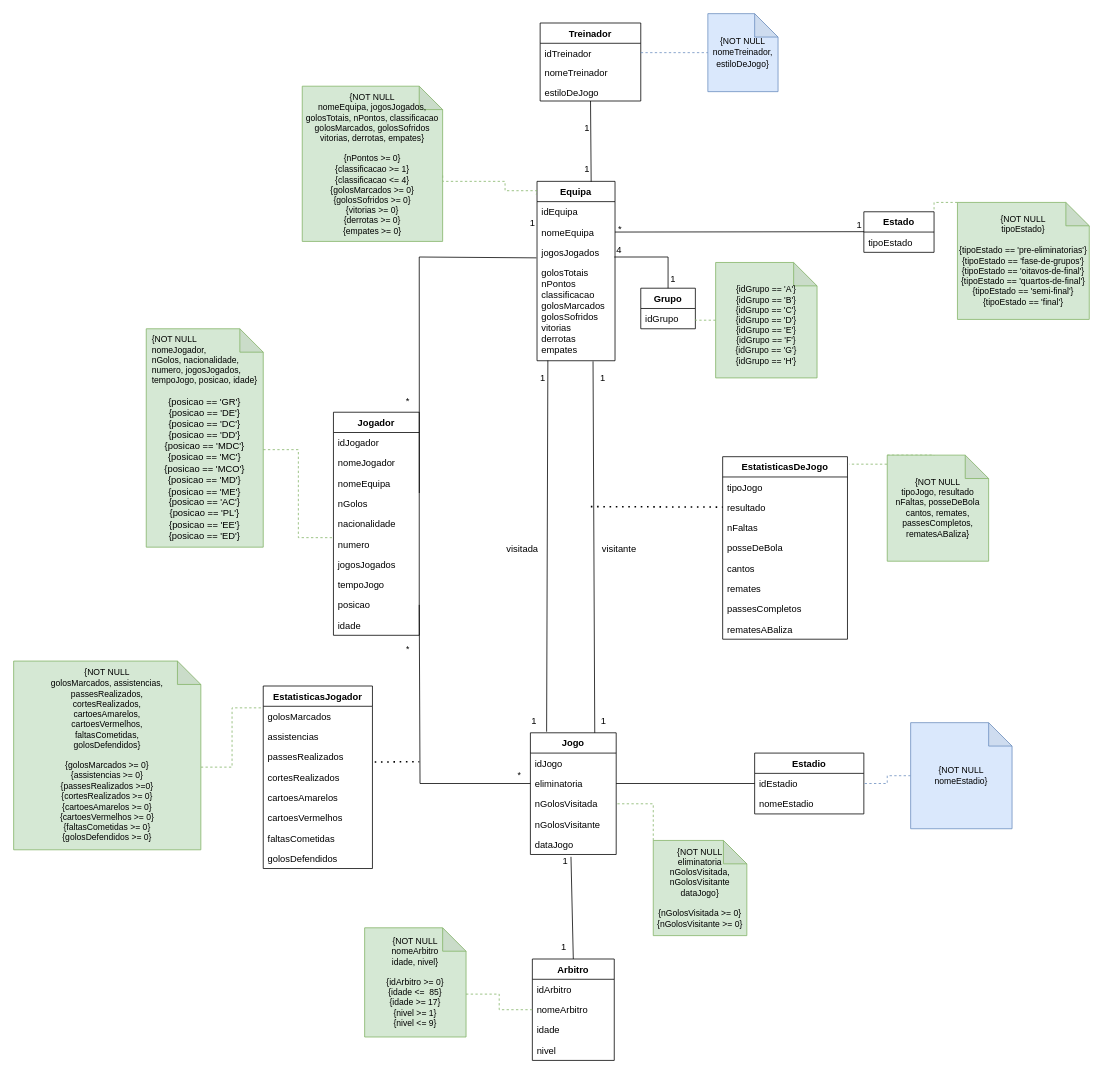
Earlier version of the draw.io diagram diagramaBixo.drawio (dratomitoma/BD). Source tidied: cells renumbered, new cells numbered last; positions are measured from the earlier drawing's top-left corner, leaving out a move shared by most shapes. Both pictures are drawn from the tidied source at 78%, with x=0, y=0 at pixel (13, 13).
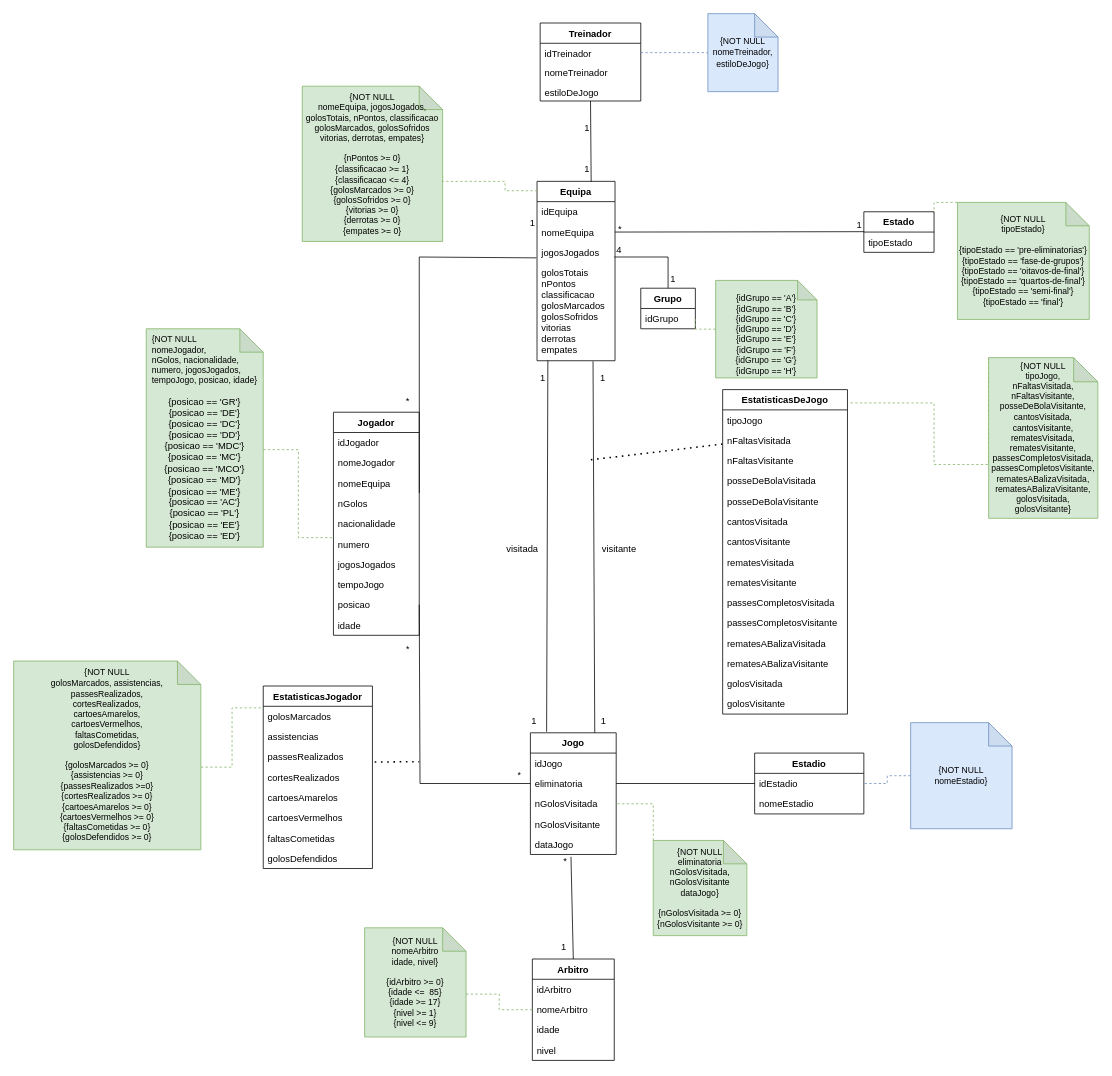
The same page after the edit.

Diff of the diagram source:
```diff
@@
     <mxCell id="44" value="EstatisticasDeJogo" style="swimlane;fontStyle=1;align=center;verticalAlign=top;horizontal=1;startSize=26;" parent="1" vertex="1">
-      <mxGeometry x="909" y="568" width="160" height="234" as="geometry" />
+      <mxGeometry x="909" y="482" width="160" height="416" as="geometry" />
     </mxCell>
@@
-    <mxCell id="46" value="resultado" style="text;strokeColor=none;fillColor=none;align=left;verticalAlign=top;spacingLeft=4;spacingRight=4;overflow=hidden;points=[[0,0.5],[1,0.5]];portConstraint=eastwest;" parent="44" vertex="1">
+    <mxCell id="46" value="nFaltasVisitada" style="text;strokeColor=none;fillColor=none;align=left;verticalAlign=top;spacingLeft=4;spacingRight=4;overflow=hidden;points=[[0,0.5],[1,0.5]];portConstraint=eastwest;" parent="44" vertex="1">
       <mxGeometry y="52" width="160" height="26" as="geometry" />
     </mxCell>
-    <mxCell id="47" value="nFaltas" style="text;strokeColor=none;fillColor=none;align=left;verticalAlign=top;spacingLeft=4;spacingRight=4;overflow=hidden;" parent="44" vertex="1">
+    <mxCell id="47" value="nFaltasVisitante" style="text;strokeColor=none;fillColor=none;align=left;verticalAlign=top;spacingLeft=4;spacingRight=4;overflow=hidden;" parent="44" vertex="1">
       <mxGeometry y="78" width="160" height="26" as="geometry" />
     </mxCell>
-    <mxCell id="48" value="posseDeBola" style="text;strokeColor=none;fillColor=none;align=left;verticalAlign=top;spacingLeft=4;spacingRight=4;overflow=hidden;" parent="44" vertex="1">
+    <mxCell id="48" value="posseDeBolaVisitada&#10;" style="text;strokeColor=none;fillColor=none;align=left;verticalAlign=top;spacingLeft=4;spacingRight=4;overflow=hidden;" parent="44" vertex="1">
       <mxGeometry y="104" width="160" height="26" as="geometry" />
     </mxCell>
+    <mxCell id="107" value="posseDeBolaVisitante&#10;" style="text;strokeColor=none;fillColor=none;align=left;verticalAlign=top;spacingLeft=4;spacingRight=4;overflow=hidden;" parent="44" vertex="1">
+      <mxGeometry y="130" width="160" height="26" as="geometry" />
+    </mxCell>
-    <mxCell id="49" value="cantos" style="text;strokeColor=none;fillColor=none;align=left;verticalAlign=top;spacingLeft=4;spacingRight=4;overflow=hidden;" parent="44" vertex="1">
-      <mxGeometry y="130" width="160" height="26" as="geometry" />
+    <mxCell id="49" value="cantosVisitada&#10;" style="text;strokeColor=none;fillColor=none;align=left;verticalAlign=top;spacingLeft=4;spacingRight=4;overflow=hidden;" parent="44" vertex="1">
+      <mxGeometry y="156" width="160" height="26" as="geometry" />
     </mxCell>
+    <mxCell id="108" value="cantosVisitante&#10;" style="text;strokeColor=none;fillColor=none;align=left;verticalAlign=top;spacingLeft=4;spacingRight=4;overflow=hidden;" parent="44" vertex="1">
+      <mxGeometry y="182" width="160" height="26" as="geometry" />
+    </mxCell>
-    <mxCell id="50" value="remates" style="text;strokeColor=none;fillColor=none;align=left;verticalAlign=top;spacingLeft=4;spacingRight=4;overflow=hidden;" parent="44" vertex="1">
-      <mxGeometry y="156" width="160" height="26" as="geometry" />
+    <mxCell id="50" value="rematesVisitada" style="text;strokeColor=none;fillColor=none;align=left;verticalAlign=top;spacingLeft=4;spacingRight=4;overflow=hidden;" parent="44" vertex="1">
+      <mxGeometry y="208" width="160" height="26" as="geometry" />
     </mxCell>
+    <mxCell id="109" value="rematesVisitante&#10;" style="text;strokeColor=none;fillColor=none;align=left;verticalAlign=top;spacingLeft=4;spacingRight=4;overflow=hidden;" parent="44" vertex="1">
+      <mxGeometry y="234" width="160" height="26" as="geometry" />
+    </mxCell>
-    <mxCell id="51" value="passesCompletos" style="text;strokeColor=none;fillColor=none;align=left;verticalAlign=top;spacingLeft=4;spacingRight=4;overflow=hidden;" parent="44" vertex="1">
-      <mxGeometry y="182" width="160" height="26" as="geometry" />
+    <mxCell id="51" value="passesCompletosVisitada" style="text;strokeColor=none;fillColor=none;align=left;verticalAlign=top;spacingLeft=4;spacingRight=4;overflow=hidden;" parent="44" vertex="1">
+      <mxGeometry y="260" width="160" height="26" as="geometry" />
     </mxCell>
+    <mxCell id="110" value="passesCompletosVisitante&#10;" style="text;strokeColor=none;fillColor=none;align=left;verticalAlign=top;spacingLeft=4;spacingRight=4;overflow=hidden;" parent="44" vertex="1">
+      <mxGeometry y="286" width="160" height="26" as="geometry" />
+    </mxCell>
-    <mxCell id="52" value="rematesABaliza" style="text;strokeColor=none;fillColor=none;align=left;verticalAlign=top;spacingLeft=4;spacingRight=4;overflow=hidden;" parent="44" vertex="1">
-      <mxGeometry y="208" width="160" height="26" as="geometry" />
+    <mxCell id="52" value="rematesABalizaVisitada" style="text;strokeColor=none;fillColor=none;align=left;verticalAlign=top;spacingLeft=4;spacingRight=4;overflow=hidden;" parent="44" vertex="1">
+      <mxGeometry y="312" width="160" height="26" as="geometry" />
     </mxCell>
+    <mxCell id="111" value="rematesABalizaVisitante" style="text;strokeColor=none;fillColor=none;align=left;verticalAlign=top;spacingLeft=4;spacingRight=4;overflow=hidden;" parent="44" vertex="1">
+      <mxGeometry y="338" width="160" height="26" as="geometry" />
+    </mxCell>
+    <mxCell id="112" value="golosVisitada" style="text;strokeColor=none;fillColor=none;align=left;verticalAlign=top;spacingLeft=4;spacingRight=4;overflow=hidden;" parent="44" vertex="1">
+      <mxGeometry y="364" width="160" height="26" as="geometry" />
+    </mxCell>
+    <mxCell id="113" value="golosVisitante" style="text;strokeColor=none;fillColor=none;align=left;verticalAlign=top;spacingLeft=4;spacingRight=4;overflow=hidden;" parent="44" vertex="1">
+      <mxGeometry y="390" width="160" height="26" as="geometry" />
+    </mxCell>
-    <mxCell id="53" style="endArrow=none;dashed=1;html=1;dashPattern=1 3;strokeWidth=2;rounded=0;" parent="1" edge="1" target="46">
+    <mxCell id="53" style="endArrow=none;dashed=1;html=1;dashPattern=1 3;strokeWidth=2;rounded=0;entryX=-0.004;entryY=0.689;entryDx=0;entryDy=0;entryPerimeter=0;" parent="1" edge="1" target="46">
       <mxGeometry relative="1" as="geometry">
-        <mxPoint x="740" y="632" as="sourcePoint" />
+        <mxPoint x="740" y="572" as="sourcePoint" />
       </mxGeometry>
     </mxCell>
@@
-    <mxCell id="75" value="&lt;br&gt;{idGrupo == 'A'}&lt;br&gt;{idGrupo == 'B'}&lt;br&gt;{idGrupo == 'C'}&lt;br&gt;{idGrupo == 'D'}&lt;br&gt;{idGrupo == 'E'}&lt;br&gt;{idGrupo == 'F'}&lt;br&gt;{idGrupo == 'G'}&lt;br&gt;{idGrupo == 'H'}" style="shape=note;whiteSpace=wrap;html=1;backgroundOutline=1;darkOpacity=0.05;fontSize=11;fillColor=#d5e8d4;strokeColor=#82b366;" parent="1" vertex="1">
-      <mxGeometry x="900" y="319" width="130" height="148" as="geometry" />
+    <mxCell id="75" value="&lt;br&gt;{idGrupo == 'A'}&lt;br&gt;{idGrupo == 'B'}&lt;br&gt;{idGrupo == 'C'}&lt;br&gt;{idGrupo == 'D'}&lt;br&gt;{idGrupo == 'E'}&lt;br&gt;{idGrupo == 'F'}&lt;br&gt;{idGrupo == 'G'}&lt;br&gt;{idGrupo == 'H'}" style="shape=note;whiteSpace=wrap;html=1;backgroundOutline=1;darkOpacity=0.05;fontSize=11;fillColor=#d5e8d4;strokeColor=#82b366;size=25;" parent="1" vertex="1">
+      <mxGeometry x="900" y="342" width="130" height="125" as="geometry" />
     </mxCell>
@@
-    <mxCell id="79" value="{NOT NULL&lt;br&gt;tipoJogo, resultado&lt;br&gt;nFaltas, posseDeBola&lt;br&gt;cantos, remates,&lt;br&gt;passesCompletos,&lt;br&gt;rematesABaliza}" style="shape=note;whiteSpace=wrap;html=1;backgroundOutline=1;darkOpacity=0.05;fontSize=11;fillColor=#d5e8d4;strokeColor=#82b366;" parent="1" vertex="1">
-      <mxGeometry x="1120" y="566" width="130" height="136" as="geometry" />
+    <mxCell id="79" value="{NOT NULL&lt;br&gt;tipoJogo,&lt;br&gt;&lt;div&gt;nFaltasVisitada,&lt;/div&gt;&lt;div&gt;nFaltasVisitante,&lt;/div&gt;&lt;div&gt;posseDeBolaVisitante,&lt;/div&gt;&lt;div&gt;cantosVisitada,&lt;/div&gt;&lt;div&gt;cantosVisitante, &lt;br&gt;&lt;/div&gt;&lt;div&gt;rematesVisitada,&lt;/div&gt;&lt;div&gt;rematesVisitante,&lt;br&gt;&lt;/div&gt;&lt;div&gt;passesCompletosVisitada,&lt;/div&gt;&lt;div&gt;passesCompletosVisitante,&lt;/div&gt;&lt;div&gt;rematesABalizaVisitada,&lt;/div&gt;&lt;div&gt;rematesABalizaVisitante,&lt;/div&gt;&lt;div&gt;golosVisitada,&lt;/div&gt;&lt;div&gt;golosVisitante}&lt;/div&gt;" style="shape=note;whiteSpace=wrap;html=1;backgroundOutline=1;darkOpacity=0.05;fontSize=11;fillColor=#d5e8d4;strokeColor=#82b366;size=31;" parent="1" vertex="1">
+      <mxGeometry x="1250" y="441" width="140" height="206" as="geometry" />
     </mxCell>
@@
-    <mxCell id="87" value="1" style="text;html=1;align=center;verticalAlign=middle;strokeColor=none;fillColor=none;" parent="1" vertex="1">
-      <mxGeometry x="652" y="1072" width="110" height="30" as="geometry" />
+    <mxCell id="87" value="*" style="text;html=1;align=center;verticalAlign=middle;strokeColor=none;fillColor=none;" parent="1" vertex="1">
+      <mxGeometry x="692" y="1072" width="30" height="30" as="geometry" />
     </mxCell>
```
